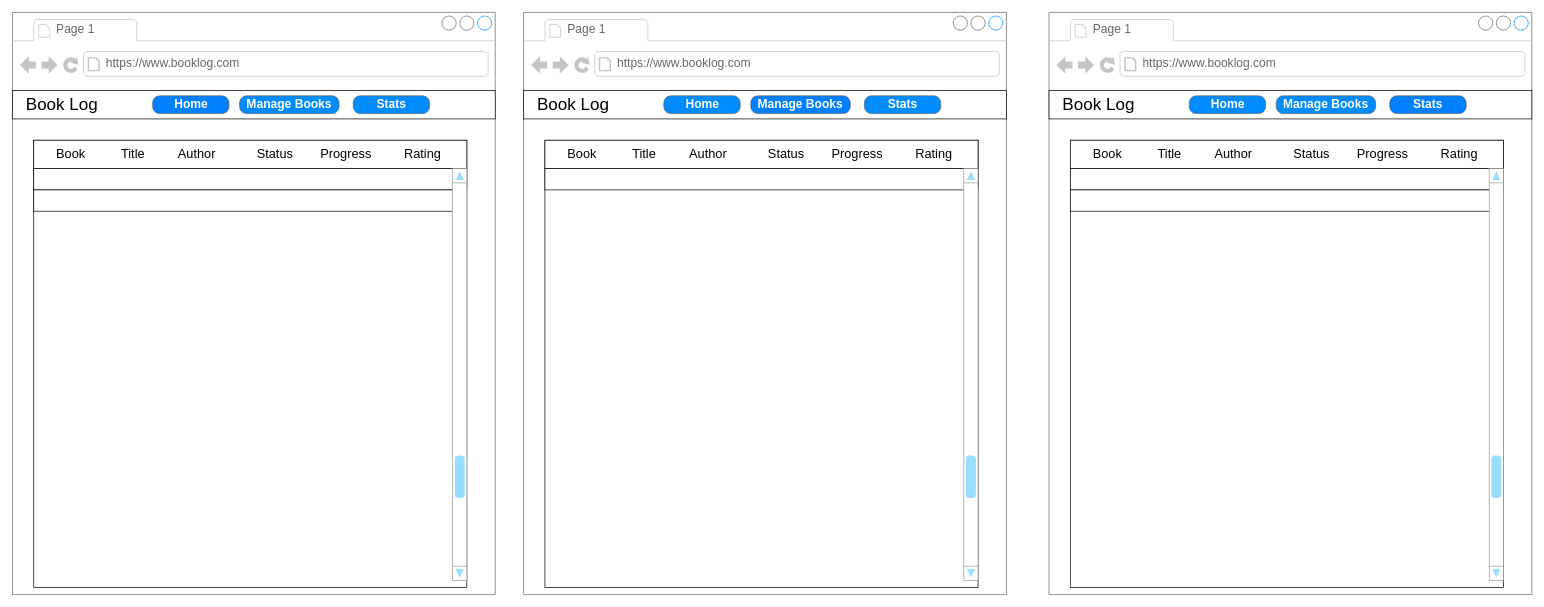
KC21025/to-read-list-manager keeps this draw.io diagram as wireframes/pages.drawio. Above is the earlier version. Source tidied: cells renumbered, new cells numbered last; positions are measured from the earlier drawing's top-left corner, leaving out a move shared by most shapes. Both pictures are drawn from the tidied source at 71%, with x=0, y=0 at pixel (12, 12).
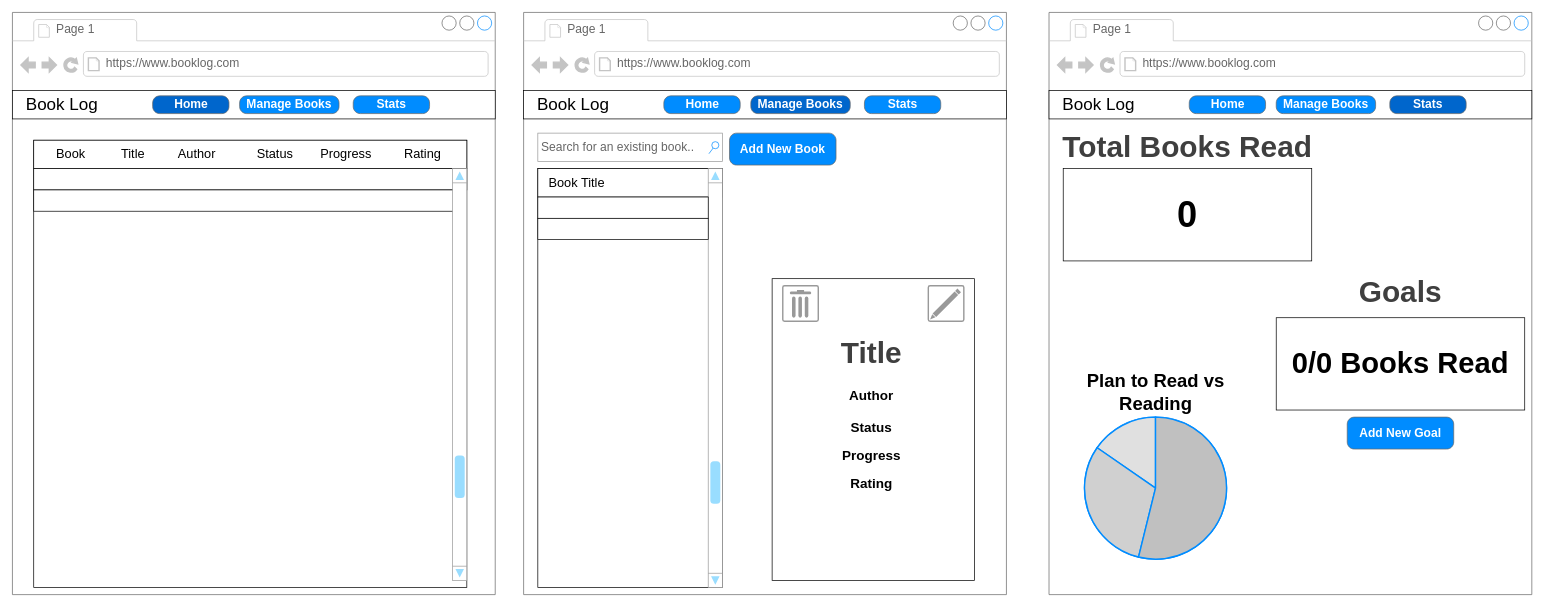
Above is the later version.

Commit message:
Finished wireframes for Manage Books, and Stats page.

The change refers to these unchanged cells:
```xml
<mxCell id="2" style="strokeWidth=1;shadow=0;dashed=0;align=center;html=1;shape=mxgraph.mockup.containers.browserWindow;rSize=0;strokeColor=#666666;strokeColor2=#008cff;strokeColor3=#c4c4c4;mainText=,;" parent="1" vertex="1">
  <mxGeometry width="680" height="820" as="geometry" />
</mxCell>
<mxCell id="21" style="strokeWidth=1;shadow=0;dashed=0;align=center;html=1;shape=mxgraph.mockup.containers.browserWindow;rSize=0;strokeColor=#666666;strokeColor2=#008cff;strokeColor3=#c4c4c4;mainText=,;" parent="1" vertex="1">
  <mxGeometry x="720" width="680" height="820" as="geometry" />
</mxCell>
<mxCell id="39" style="strokeWidth=1;shadow=0;dashed=0;align=center;html=1;shape=mxgraph.mockup.containers.browserWindow;rSize=0;strokeColor=#666666;strokeColor2=#008cff;strokeColor3=#c4c4c4;mainText=,;" parent="1" vertex="1">
  <mxGeometry x="1460" width="680" height="820" as="geometry" />
</mxCell>
```

What changed in the source:
```diff
@@
-    <mxCell id="20" value="&lt;font style=&quot;color: rgb(255, 255, 255);&quot;&gt;Home&lt;/font&gt;" style="strokeWidth=1;shadow=0;dashed=0;align=center;html=1;shape=mxgraph.mockup.buttons.button;strokeColor=#666666;fontColor=#ffffff;mainText=;buttonStyle=round;fontSize=17;fontStyle=1;fillColor=#007FFF;whiteSpace=wrap;" parent="2" vertex="1">
+    <mxCell id="20" value="&lt;font style=&quot;color: rgb(255, 255, 255);&quot;&gt;Home&lt;/font&gt;" style="strokeWidth=1;shadow=0;dashed=0;align=center;html=1;shape=mxgraph.mockup.buttons.button;strokeColor=#666666;fontColor=#ffffff;mainText=;buttonStyle=round;fontSize=17;fontStyle=1;fillColor=#0066CC;whiteSpace=wrap;" parent="2" vertex="1">
       <mxGeometry x="197.5" y="117.5" width="107.5" height="25" as="geometry" />
     </mxCell>
@@
-    <mxCell id="26" value="Manage Books" style="strokeWidth=1;shadow=0;dashed=0;align=center;html=1;shape=mxgraph.mockup.buttons.button;strokeColor=#666666;fontColor=#ffffff;mainText=;buttonStyle=round;fontSize=17;fontStyle=1;fillColor=#007FFF;whiteSpace=wrap;" parent="21" vertex="1">
+    <mxCell id="26" value="Manage Books" style="strokeWidth=1;shadow=0;dashed=0;align=center;html=1;shape=mxgraph.mockup.buttons.button;strokeColor=#666666;fontColor=#ffffff;mainText=;buttonStyle=round;fontSize=17;fontStyle=1;fillColor=#0066CC;whiteSpace=wrap;" parent="21" vertex="1">
       <mxGeometry x="320" y="117.5" width="140" height="25" as="geometry" />
     </mxCell>
@@
-    <mxCell id="28" style="rounded=0;whiteSpace=wrap;html=1;" parent="21" vertex="1">
-      <mxGeometry x="30" y="180" width="610" height="630" as="geometry" />
-    </mxCell>
-    <mxCell id="29" style="rounded=0;whiteSpace=wrap;html=1;" parent="21" vertex="1">
-      <mxGeometry x="30" y="180" width="610" height="40" as="geometry" />
-    </mxCell>
-    <mxCell id="30" value="&lt;font style=&quot;font-size: 18px;&quot;&gt;Book&lt;/font&gt;" style="text;html=1;align=center;verticalAlign=middle;whiteSpace=wrap;rounded=0;" parent="21" vertex="1">
-      <mxGeometry x="60" y="185" width="45" height="30" as="geometry" />
-    </mxCell>
-    <mxCell id="31" value="&lt;font style=&quot;font-size: 18px;&quot;&gt;Title&lt;/font&gt;" style="text;html=1;align=center;verticalAlign=middle;whiteSpace=wrap;rounded=0;" parent="21" vertex="1">
-      <mxGeometry x="140" y="185" width="60" height="30" as="geometry" />
-    </mxCell>
-    <mxCell id="32" value="&lt;font style=&quot;font-size: 18px;&quot;&gt;Author&lt;/font&gt;" style="text;html=1;align=center;verticalAlign=middle;whiteSpace=wrap;rounded=0;" parent="21" vertex="1">
-      <mxGeometry x="230" y="185" width="60" height="30" as="geometry" />
-    </mxCell>
-    <mxCell id="33" value="&lt;font style=&quot;font-size: 18px;&quot;&gt;Status&lt;/font&gt;" style="text;html=1;align=center;verticalAlign=middle;whiteSpace=wrap;rounded=0;" parent="21" vertex="1">
-      <mxGeometry x="340" y="185" width="60" height="30" as="geometry" />
-    </mxCell>
-    <mxCell id="34" value="&lt;font style=&quot;font-size: 18px;&quot;&gt;Progress&lt;/font&gt;" style="text;html=1;align=center;verticalAlign=middle;whiteSpace=wrap;rounded=0;" parent="21" vertex="1">
-      <mxGeometry x="440" y="185" width="60" height="30" as="geometry" />
-    </mxCell>
-    <mxCell id="35" value="&lt;font style=&quot;font-size: 18px;&quot;&gt;Rating&lt;/font&gt;" style="text;html=1;align=center;verticalAlign=middle;whiteSpace=wrap;rounded=0;" parent="21" vertex="1">
-      <mxGeometry x="547.5" y="185" width="60" height="30" as="geometry" />
-    </mxCell>
-    <mxCell id="36" style="rounded=0;whiteSpace=wrap;html=1;" parent="21" vertex="1">
-      <mxGeometry x="30" y="220" width="610" height="30" as="geometry" />
-    </mxCell>
-    <mxCell id="37" style="verticalLabelPosition=bottom;shadow=0;dashed=0;align=center;html=1;verticalAlign=top;strokeWidth=1;shape=mxgraph.mockup.navigation.scrollBar;strokeColor=#999999;barPos=20;fillColor2=#99ddff;strokeColor2=none;direction=north;" parent="21" vertex="1">
-      <mxGeometry x="620" y="220" width="20" height="580" as="geometry" />
-    </mxCell>
@@
+    <mxCell id="58" value="Search for an existing book.." style="strokeWidth=1;shadow=0;dashed=0;align=center;html=1;shape=mxgraph.mockup.forms.searchBox;strokeColor=#999999;mainText=;strokeColor2=#008cff;fontColor=#666666;fontSize=17;align=left;spacingLeft=3;whiteSpace=wrap;" parent="21" vertex="1">
+      <mxGeometry x="20" y="170" width="260" height="40" as="geometry" />
+    </mxCell>
+    <mxCell id="59" value="&lt;span style=&quot;color: rgb(255, 255, 255);&quot;&gt;Add New Book&lt;/span&gt;" style="strokeWidth=1;shadow=0;dashed=0;align=center;html=1;shape=mxgraph.mockup.buttons.button;strokeColor=#666666;fontColor=#ffffff;mainText=;buttonStyle=round;fontSize=17;fontStyle=1;fillColor=#008cff;whiteSpace=wrap;" parent="21" vertex="1">
+      <mxGeometry x="290" y="170" width="150" height="45" as="geometry" />
+    </mxCell>
+    <mxCell id="60" style="rounded=0;whiteSpace=wrap;html=1;" parent="21" vertex="1">
+      <mxGeometry x="350" y="375" width="285" height="425" as="geometry" />
+    </mxCell>
+    <mxCell id="61" value="&lt;b style=&quot;color: rgb(63, 63, 63); scrollbar-color: rgb(226, 226, 226) rgb(251, 251, 251);&quot;&gt;&lt;font style=&quot;color: rgb(63, 63, 63); scrollbar-color: rgb(226, 226, 226) rgb(251, 251, 251); font-size: 42px;&quot;&gt;Title&lt;/font&gt;&lt;/b&gt;" style="text;html=1;align=center;verticalAlign=middle;whiteSpace=wrap;rounded=0;" parent="21" vertex="1">
+      <mxGeometry x="415" y="450" width="150" height="60" as="geometry" />
+    </mxCell>
+    <mxCell id="62" value="&lt;b&gt;&lt;font style=&quot;font-size: 19px;&quot;&gt;Author&lt;/font&gt;&lt;/b&gt;" style="text;html=1;align=center;verticalAlign=middle;whiteSpace=wrap;rounded=0;" parent="21" vertex="1">
+      <mxGeometry x="435" y="525" width="110" height="30" as="geometry" />
+    </mxCell>
+    <mxCell id="63" value="&lt;b&gt;&lt;font style=&quot;font-size: 19px;&quot;&gt;Status&lt;/font&gt;&lt;/b&gt;" style="text;html=1;align=center;verticalAlign=middle;whiteSpace=wrap;rounded=0;" parent="21" vertex="1">
+      <mxGeometry x="435" y="570" width="110" height="30" as="geometry" />
+    </mxCell>
+    <mxCell id="64" value="&lt;span style=&quot;font-size: 19px;&quot;&gt;&lt;b&gt;Progress&lt;/b&gt;&lt;/span&gt;" style="text;html=1;align=center;verticalAlign=middle;whiteSpace=wrap;rounded=0;" parent="21" vertex="1">
+      <mxGeometry x="435" y="610" width="110" height="30" as="geometry" />
+    </mxCell>
+    <mxCell id="65" value="&lt;span style=&quot;font-size: 19px;&quot;&gt;&lt;b&gt;Rating&lt;/b&gt;&lt;/span&gt;" style="text;html=1;align=center;verticalAlign=middle;whiteSpace=wrap;rounded=0;" parent="21" vertex="1">
+      <mxGeometry x="435" y="650" width="110" height="30" as="geometry" />
+    </mxCell>
+    <mxCell id="66" style="strokeColor=#999999;verticalLabelPosition=bottom;shadow=0;dashed=0;verticalAlign=top;strokeWidth=2;html=1;shape=mxgraph.mockup.misc.trashcanIcon;" parent="21" vertex="1">
+      <mxGeometry x="365" y="385" width="50" height="50" as="geometry" />
+    </mxCell>
+    <mxCell id="67" style="strokeColor=#999999;verticalLabelPosition=bottom;shadow=0;dashed=0;verticalAlign=top;strokeWidth=2;html=1;shape=mxgraph.mockup.misc.editIcon;" parent="21" vertex="1">
+      <mxGeometry x="570" y="385" width="50" height="50" as="geometry" />
+    </mxCell>
@@
-    <mxCell id="45" value="Stats" style="strokeWidth=1;shadow=0;dashed=0;align=center;html=1;shape=mxgraph.mockup.buttons.button;strokeColor=#666666;fontColor=#ffffff;mainText=;buttonStyle=round;fontSize=17;fontStyle=1;fillColor=#007FFF;whiteSpace=wrap;" parent="39" vertex="1">
+    <mxCell id="45" value="Stats" style="strokeWidth=1;shadow=0;dashed=0;align=center;html=1;shape=mxgraph.mockup.buttons.button;strokeColor=#666666;fontColor=#ffffff;mainText=;buttonStyle=round;fontSize=17;fontStyle=1;fillColor=#0066CC;whiteSpace=wrap;" parent="39" vertex="1">
       <mxGeometry x="480" y="117.5" width="107.5" height="25" as="geometry" />
     </mxCell>
-    <mxCell id="46" style="rounded=0;whiteSpace=wrap;html=1;" parent="39" vertex="1">
-      <mxGeometry x="30" y="180" width="610" height="630" as="geometry" />
-    </mxCell>
-    <mxCell id="47" style="rounded=0;whiteSpace=wrap;html=1;" parent="39" vertex="1">
-      <mxGeometry x="30" y="180" width="610" height="40" as="geometry" />
-    </mxCell>
-    <mxCell id="48" value="&lt;font style=&quot;font-size: 18px;&quot;&gt;Book&lt;/font&gt;" style="text;html=1;align=center;verticalAlign=middle;whiteSpace=wrap;rounded=0;" parent="39" vertex="1">
-      <mxGeometry x="60" y="185" width="45" height="30" as="geometry" />
-    </mxCell>
-    <mxCell id="49" value="&lt;font style=&quot;font-size: 18px;&quot;&gt;Title&lt;/font&gt;" style="text;html=1;align=center;verticalAlign=middle;whiteSpace=wrap;rounded=0;" parent="39" vertex="1">
-      <mxGeometry x="140" y="185" width="60" height="30" as="geometry" />
-    </mxCell>
-    <mxCell id="50" value="&lt;font style=&quot;font-size: 18px;&quot;&gt;Author&lt;/font&gt;" style="text;html=1;align=center;verticalAlign=middle;whiteSpace=wrap;rounded=0;" parent="39" vertex="1">
-      <mxGeometry x="230" y="185" width="60" height="30" as="geometry" />
-    </mxCell>
-    <mxCell id="51" value="&lt;font style=&quot;font-size: 18px;&quot;&gt;Status&lt;/font&gt;" style="text;html=1;align=center;verticalAlign=middle;whiteSpace=wrap;rounded=0;" parent="39" vertex="1">
-      <mxGeometry x="340" y="185" width="60" height="30" as="geometry" />
-    </mxCell>
-    <mxCell id="52" value="&lt;font style=&quot;font-size: 18px;&quot;&gt;Progress&lt;/font&gt;" style="text;html=1;align=center;verticalAlign=middle;whiteSpace=wrap;rounded=0;" parent="39" vertex="1">
-      <mxGeometry x="440" y="185" width="60" height="30" as="geometry" />
-    </mxCell>
-    <mxCell id="53" value="&lt;font style=&quot;font-size: 18px;&quot;&gt;Rating&lt;/font&gt;" style="text;html=1;align=center;verticalAlign=middle;whiteSpace=wrap;rounded=0;" parent="39" vertex="1">
-      <mxGeometry x="547.5" y="185" width="60" height="30" as="geometry" />
-    </mxCell>
-    <mxCell id="54" style="rounded=0;whiteSpace=wrap;html=1;" parent="39" vertex="1">
-      <mxGeometry x="30" y="220" width="610" height="30" as="geometry" />
-    </mxCell>
-    <mxCell id="55" style="rounded=0;whiteSpace=wrap;html=1;" parent="39" vertex="1">
-      <mxGeometry x="30" y="250" width="600" height="30" as="geometry" />
-    </mxCell>
-    <mxCell id="56" style="verticalLabelPosition=bottom;shadow=0;dashed=0;align=center;html=1;verticalAlign=top;strokeWidth=1;shape=mxgraph.mockup.navigation.scrollBar;strokeColor=#999999;barPos=20;fillColor2=#99ddff;strokeColor2=none;direction=north;" parent="39" vertex="1">
-      <mxGeometry x="620" y="220" width="20" height="580" as="geometry" />
-    </mxCell>
@@
+    <mxCell id="68" value="&lt;span style=&quot;font-size: 51px;&quot;&gt;&lt;b&gt;0&lt;/b&gt;&lt;/span&gt;" style="rounded=0;whiteSpace=wrap;html=1;" parent="39" vertex="1">
+      <mxGeometry x="20" y="220" width="350" height="130" as="geometry" />
+    </mxCell>
+    <mxCell id="69" value="&lt;b style=&quot;color: rgb(63, 63, 63); scrollbar-color: rgb(226, 226, 226) rgb(251, 251, 251);&quot;&gt;&lt;font style=&quot;color: rgb(63, 63, 63); scrollbar-color: rgb(226, 226, 226) rgb(251, 251, 251); font-size: 42px;&quot;&gt;Total Books Read&lt;/font&gt;&lt;/b&gt;" style="text;html=1;align=center;verticalAlign=middle;whiteSpace=wrap;rounded=0;" parent="39" vertex="1">
+      <mxGeometry x="-10" y="160" width="410" height="60" as="geometry" />
+    </mxCell>
+    <mxCell id="70" value="&lt;b style=&quot;color: rgb(63, 63, 63); scrollbar-color: rgb(226, 226, 226) rgb(251, 251, 251);&quot;&gt;&lt;font style=&quot;color: rgb(63, 63, 63); scrollbar-color: rgb(226, 226, 226) rgb(251, 251, 251); font-size: 42px;&quot;&gt;Goals&lt;/font&gt;&lt;/b&gt;" style="text;html=1;align=center;verticalAlign=middle;whiteSpace=wrap;rounded=0;" parent="39" vertex="1">
+      <mxGeometry x="325" y="370" width="340" height="50" as="geometry" />
+    </mxCell>
+    <mxCell id="71" value="&lt;b style=&quot;&quot;&gt;&lt;font style=&quot;font-size: 41px;&quot;&gt;0/0 Books Read&lt;/font&gt;&lt;/b&gt;" style="rounded=0;whiteSpace=wrap;html=1;" parent="39" vertex="1">
+      <mxGeometry x="320" y="430" width="350" height="130" as="geometry" />
+    </mxCell>
+    <mxCell id="72" value="&lt;span style=&quot;color: rgb(255, 255, 255);&quot;&gt;Add New Goal&lt;/span&gt;" style="strokeWidth=1;shadow=0;dashed=0;align=center;html=1;shape=mxgraph.mockup.buttons.button;strokeColor=#666666;fontColor=#ffffff;mainText=;buttonStyle=round;fontSize=17;fontStyle=1;fillColor=#008cff;whiteSpace=wrap;" parent="39" vertex="1">
+      <mxGeometry x="420" y="570" width="150" height="45" as="geometry" />
+    </mxCell>
+    <mxCell id="73" style="verticalLabelPosition=bottom;shadow=0;dashed=0;align=center;html=1;verticalAlign=top;strokeWidth=1;shape=mxgraph.mockup.graphics.pieChart;strokeColor=#008cff;parts=10,20,35;partColors=#e0e0e0,#d0d0d0,#c0c0c0,#b0b0b0,#a0a0a0;strokeWidth=2;" parent="39" vertex="1">
+      <mxGeometry x="50" y="570" width="200" height="200" as="geometry" />
+    </mxCell>
+    <mxCell id="74" value="&lt;b style=&quot;&quot;&gt;&lt;font style=&quot;font-size: 26px;&quot;&gt;Plan to Read vs Reading&lt;/font&gt;&lt;/b&gt;" style="text;html=1;align=center;verticalAlign=middle;whiteSpace=wrap;rounded=0;" parent="39" vertex="1">
+      <mxGeometry x="12.5" y="510" width="275" height="50" as="geometry" />
+    </mxCell>
+    <mxCell id="75" style="rounded=0;whiteSpace=wrap;html=1;" parent="1" vertex="1">
+      <mxGeometry x="740" y="220" width="260" height="590" as="geometry" />
+    </mxCell>
+    <mxCell id="76" style="rounded=0;whiteSpace=wrap;html=1;" parent="1" vertex="1">
+      <mxGeometry x="740" y="220" width="260" height="40" as="geometry" />
+    </mxCell>
+    <mxCell id="77" style="verticalLabelPosition=bottom;shadow=0;dashed=0;align=center;html=1;verticalAlign=top;strokeWidth=1;shape=mxgraph.mockup.navigation.scrollBar;strokeColor=#999999;barPos=20;fillColor2=#99ddff;strokeColor2=none;direction=north;" parent="1" vertex="1">
+      <mxGeometry x="980" y="220" width="20" height="590" as="geometry" />
+    </mxCell>
+    <mxCell id="78" value="&lt;font style=&quot;font-size: 18px;&quot;&gt;Book Title&lt;/font&gt;" style="text;html=1;align=center;verticalAlign=middle;whiteSpace=wrap;rounded=0;" parent="1" vertex="1">
+      <mxGeometry x="740" y="220" width="110" height="40" as="geometry" />
+    </mxCell>
+    <mxCell id="79" style="rounded=0;whiteSpace=wrap;html=1;" parent="1" vertex="1">
+      <mxGeometry x="740" y="260" width="240" height="30" as="geometry" />
+    </mxCell>
+    <mxCell id="80" style="rounded=0;whiteSpace=wrap;html=1;" parent="1" vertex="1">
+      <mxGeometry x="740" y="290" width="240" height="30" as="geometry" />
+    </mxCell>
```
